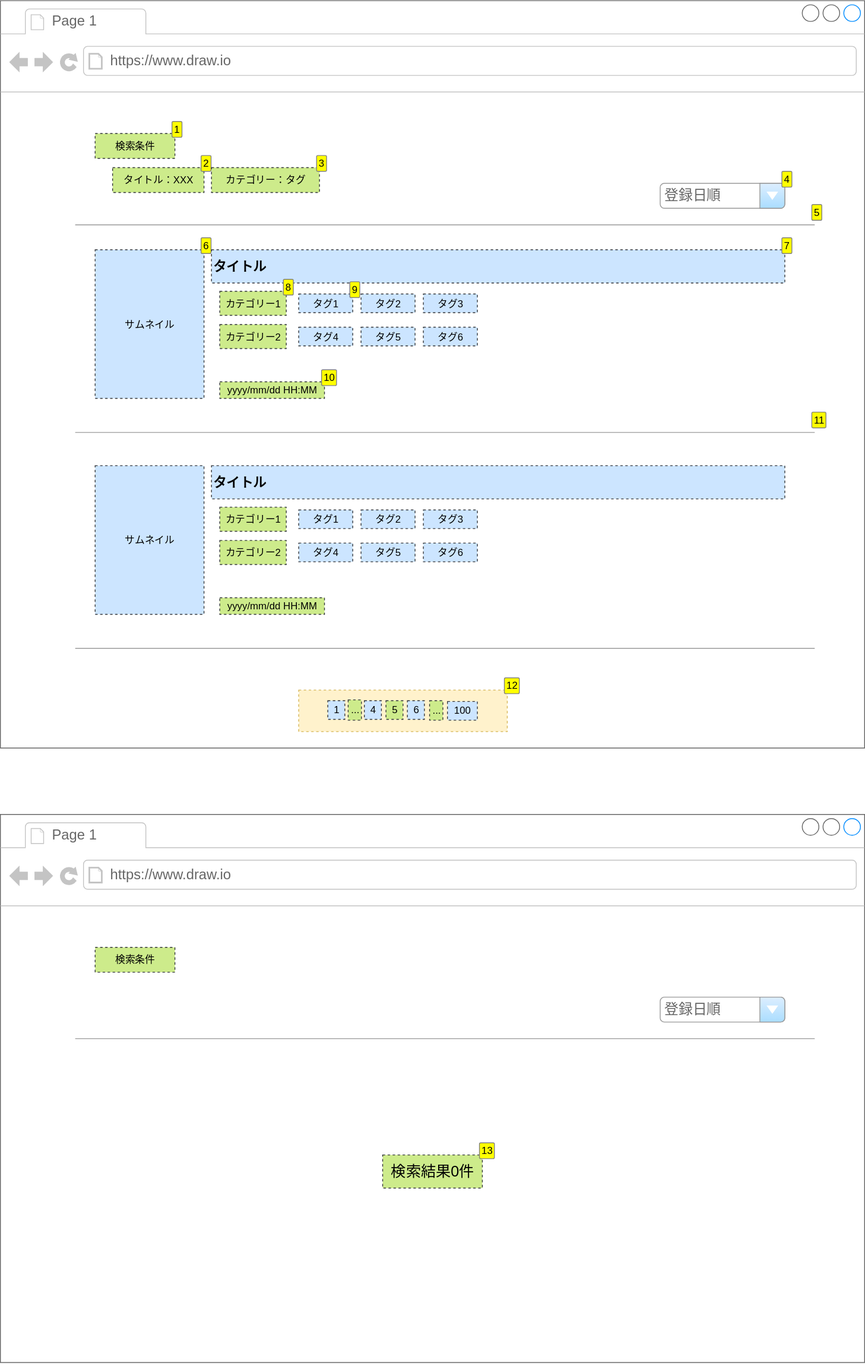
This is doc/3_screens/pages/メディア一覧/wireframe.drawio.svg from hachimitu22/MangaViewer, a draw.io export, as it was before one commit. Source tidied: cells renumbered, new cells last; positions are measured from the earlier drawing's top-left corner, leaving out a move shared by most shapes.
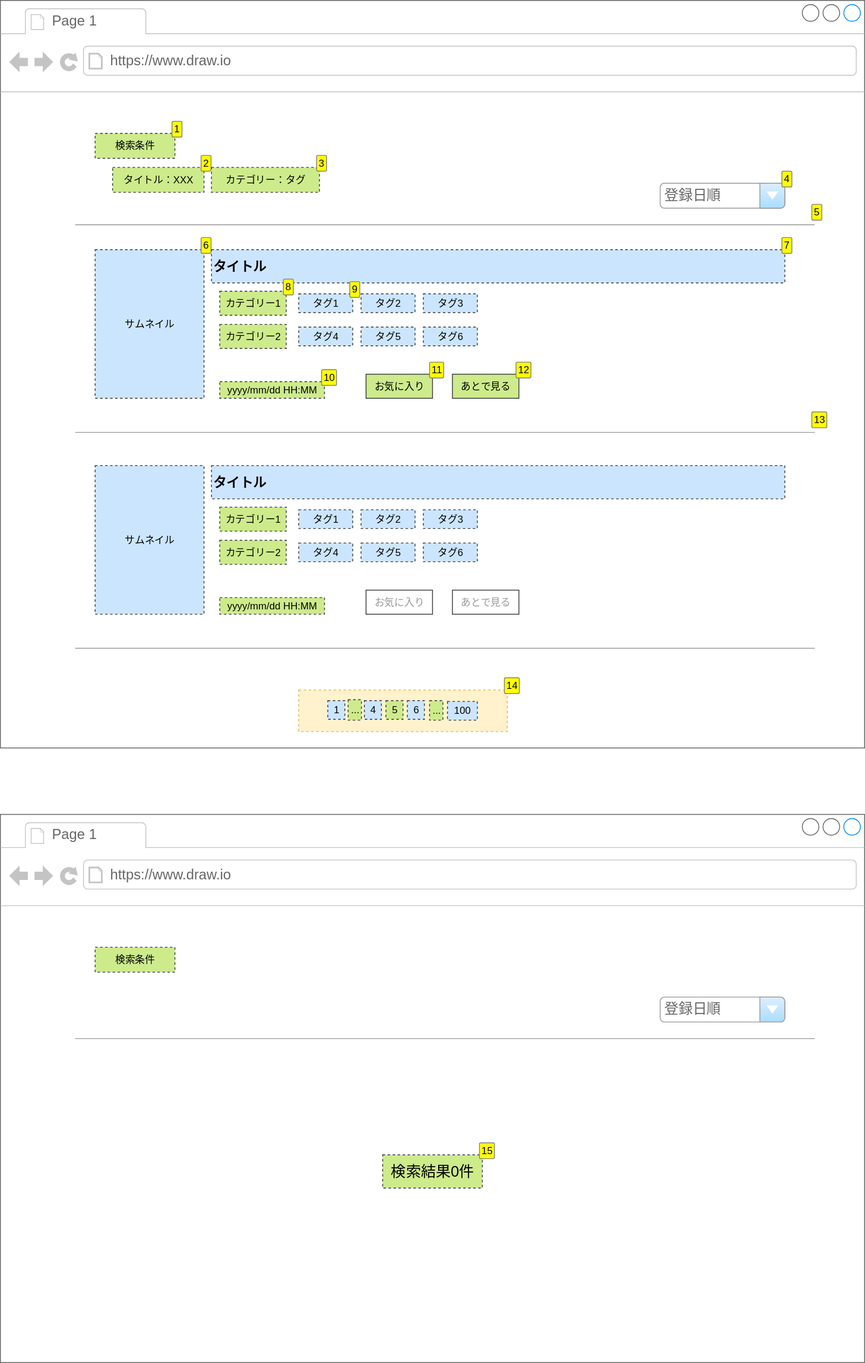
Above is the later version.

What changed in the source:
```diff
@@ -59,6 +59,12 @@
     <mxCell id="20" value="yyyy/mm/dd HH:MM" style="text;html=1;strokeColor=#36393d;fillColor=#cdeb8b;align=center;verticalAlign=middle;whiteSpace=wrap;rounded=0;dashed=1;enumerate=1;" parent="2" vertex="1">
       <mxGeometry x="264" y="459" width="126" height="20" as="geometry" />
     </mxCell>
+    <mxCell id="49" value="お気に入り" style="text;html=1;strokeColor=#36393d;fillColor=#cdeb8b;align=center;verticalAlign=middle;whiteSpace=wrap;rounded=0;enumerate=1;" parent="2" vertex="1">
+      <mxGeometry x="440" y="450" width="80" height="29" as="geometry" />
+    </mxCell>
+    <mxCell id="50" value="あとで見る" style="text;html=1;strokeColor=#36393d;fillColor=#cdeb8b;align=center;verticalAlign=middle;whiteSpace=wrap;rounded=0;enumerate=1;" parent="2" vertex="1">
+      <mxGeometry x="544" y="450" width="80" height="29" as="geometry" />
+    </mxCell>
     <mxCell id="21" style="verticalLabelPosition=bottom;shadow=0;dashed=0;align=center;html=1;verticalAlign=top;strokeWidth=1;shape=mxgraph.mockup.markup.line;strokeColor=#999999;enumerate=1;" parent="2" vertex="1">
       <mxGeometry x="90" y="510" width="890" height="20" as="geometry" />
     </mxCell>
@@ -122,6 +128,12 @@
     <mxCell id="41" style="verticalLabelPosition=bottom;shadow=0;dashed=0;align=center;html=1;verticalAlign=top;strokeWidth=1;shape=mxgraph.mockup.markup.line;strokeColor=#999999;enumerate=0;" parent="2" vertex="1">
       <mxGeometry x="90" y="770" width="890" height="20" as="geometry" />
     </mxCell>
+    <mxCell id="51" value="お気に入り" style="text;html=1;strokeColor=#36393d;fillColor=none;align=center;verticalAlign=middle;whiteSpace=wrap;rounded=0;enumerate=0;fontColor=#999999;" parent="2" vertex="1">
+      <mxGeometry x="440" y="710" width="80" height="29" as="geometry" />
+    </mxCell>
+    <mxCell id="52" value="あとで見る" style="text;html=1;strokeColor=#36393d;fillColor=none;align=center;verticalAlign=middle;whiteSpace=wrap;rounded=0;enumerate=0;fontColor=#999999;" parent="2" vertex="1">
+      <mxGeometry x="544" y="710" width="80" height="29" as="geometry" />
+    </mxCell>
     <mxCell id="42" style="strokeWidth=1;shadow=0;dashed=0;align=center;html=1;shape=mxgraph.mockup.containers.browserWindow;rSize=0;strokeColor=#666666;strokeColor2=#008cff;strokeColor3=#c4c4c4;mainText=,;" parent="1" vertex="1">
       <mxGeometry y="980" width="1040" height="660" as="geometry" />
     </mxCell>
```
